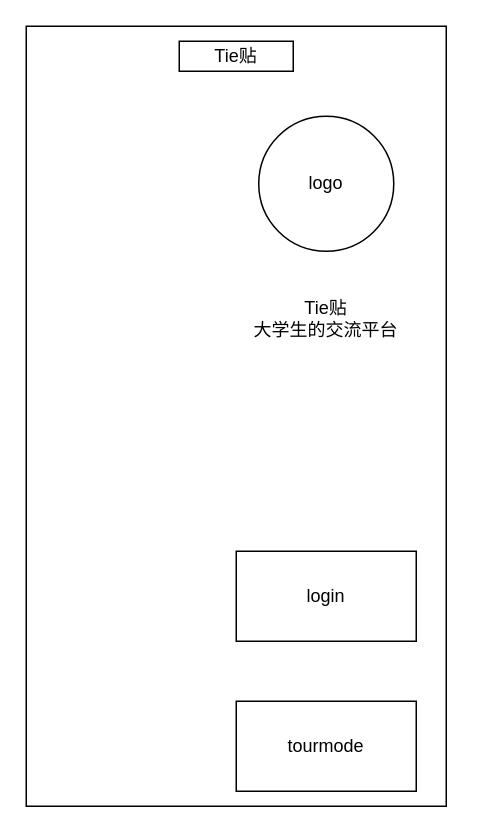
Zhou-Ru-Xuan/drawio-workplace keeps this draw.io diagram as page "frontpage" (1 of 10) of tietie/ui.drawio. Above is the earlier version. Source tidied: cells renumbered, new cells numbered last; positions are measured from the earlier drawing's top-left corner, leaving out a move shared by most shapes. Both pictures are drawn from the tidied source at 150%, with x=0, y=0 at pixel (26, 26).
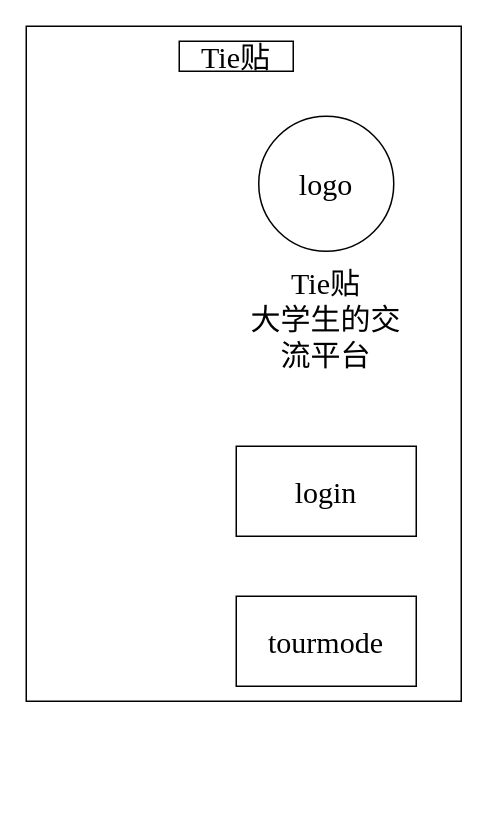
The same page after the edit.

What changed in the source:
```diff
@@
 <mxGraphModel background="#ffffff">
   <root>
     <mxCell id="0" />
     <mxCell id="1" parent="0" />
-    <mxCell id="2" style="rounded=0;whiteSpace=wrap;html=1;" parent="1" vertex="1">
-      <mxGeometry width="280" height="520" as="geometry" />
+    <mxCell id="2" style="rounded=0;whiteSpace=wrap;html=1;fontFamily=Times New Roman;fontSize=20;" parent="1" vertex="1">
+      <mxGeometry width="290" height="450" as="geometry" />
     </mxCell>
-    <mxCell id="3" value="login" style="rounded=0;whiteSpace=wrap;html=1;" parent="1" vertex="1">
-      <mxGeometry x="140" y="350" width="120" height="60" as="geometry" />
+    <mxCell id="3" value="login" style="rounded=0;whiteSpace=wrap;html=1;fontFamily=Times New Roman;fontSize=20;" parent="1" vertex="1">
+      <mxGeometry x="140" y="280" width="120" height="60" as="geometry" />
     </mxCell>
-    <mxCell id="4" value="tourmode" style="rounded=0;whiteSpace=wrap;html=1;" parent="1" vertex="1">
-      <mxGeometry x="140" y="450" width="120" height="60" as="geometry" />
+    <mxCell id="4" value="tourmode" style="rounded=0;whiteSpace=wrap;html=1;fontFamily=Times New Roman;fontSize=20;" parent="1" vertex="1">
+      <mxGeometry x="140" y="380" width="120" height="60" as="geometry" />
     </mxCell>
-    <mxCell id="5" value="logo" style="ellipse;whiteSpace=wrap;html=1;" parent="1" vertex="1">
+    <mxCell id="5" value="logo" style="ellipse;whiteSpace=wrap;html=1;fontFamily=Times New Roman;fontSize=20;" parent="1" vertex="1">
       <mxGeometry x="155" y="60" width="90" height="90" as="geometry" />
     </mxCell>
-    <mxCell id="6" value="Tie贴&lt;br&gt;大学生的交流平台" style="text;html=1;strokeColor=none;fillColor=none;align=center;verticalAlign=middle;whiteSpace=wrap;rounded=0;" parent="1" vertex="1">
+    <mxCell id="6" value="Tie贴&lt;br style=&quot;font-size: 20px;&quot;&gt;大学生的交流平台" style="text;html=1;strokeColor=none;fillColor=none;align=center;verticalAlign=middle;whiteSpace=wrap;rounded=0;fontFamily=Times New Roman;fontSize=20;" parent="1" vertex="1">
       <mxGeometry x="140" y="180" width="120" height="30" as="geometry" />
     </mxCell>
-    <mxCell id="7" value="Tie贴" style="rounded=0;whiteSpace=wrap;html=1;" parent="1" vertex="1">
+    <mxCell id="7" value="Tie贴" style="rounded=0;whiteSpace=wrap;html=1;fontFamily=Times New Roman;fontSize=20;" parent="1" vertex="1">
       <mxGeometry x="102" y="10" width="76" height="20" as="geometry" />
     </mxCell>
   </root>
 </mxGraphModel>
```
